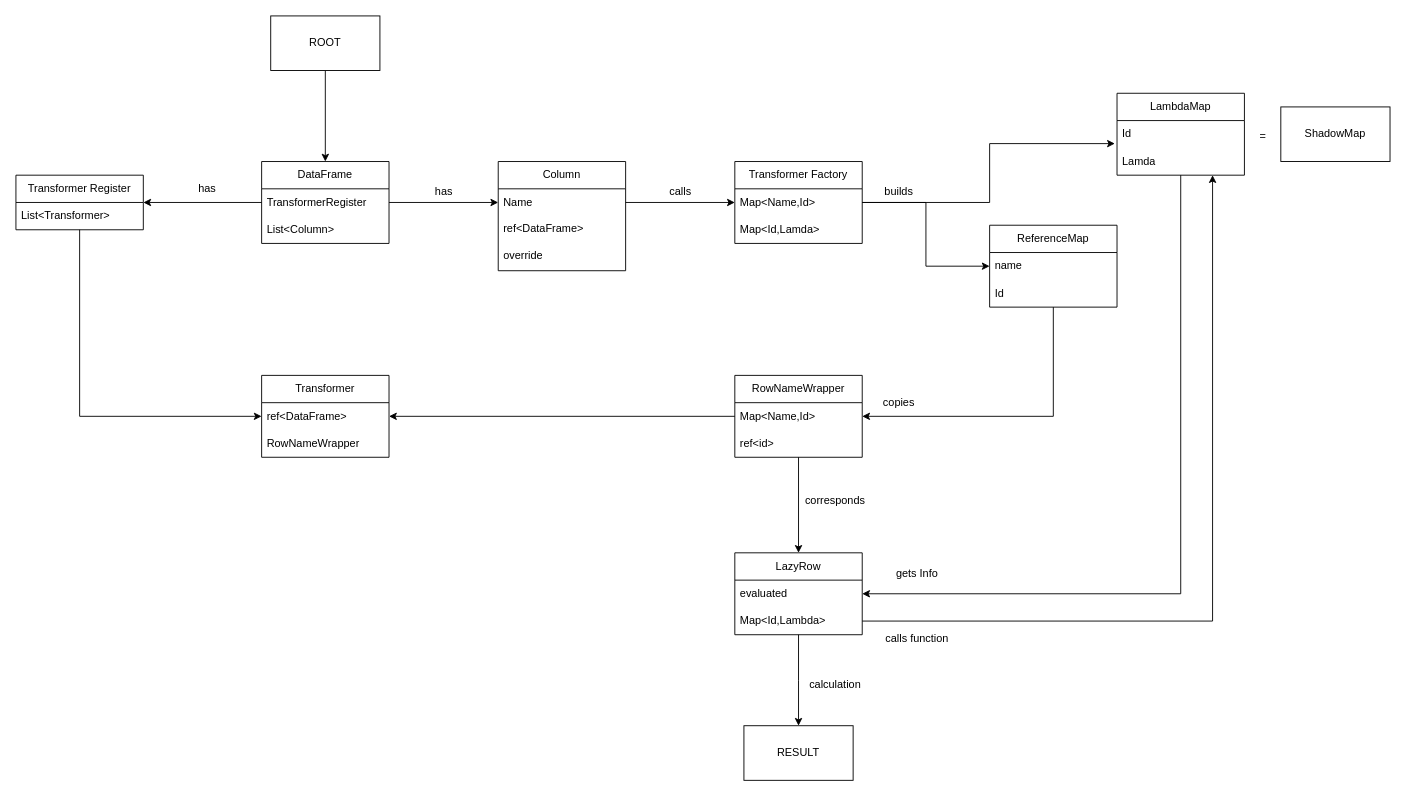
Earlier version of the draw.io diagram src/main/resources/model.drawio (Adrian-92/transformation-dataframe). Source tidied: cells renumbered, new cells numbered last; positions are measured from the earlier drawing's top-left corner, leaving out a move shared by most shapes. Both pictures are drawn from the tidied source at 91%, with x=0, y=0 at pixel (15, 15).
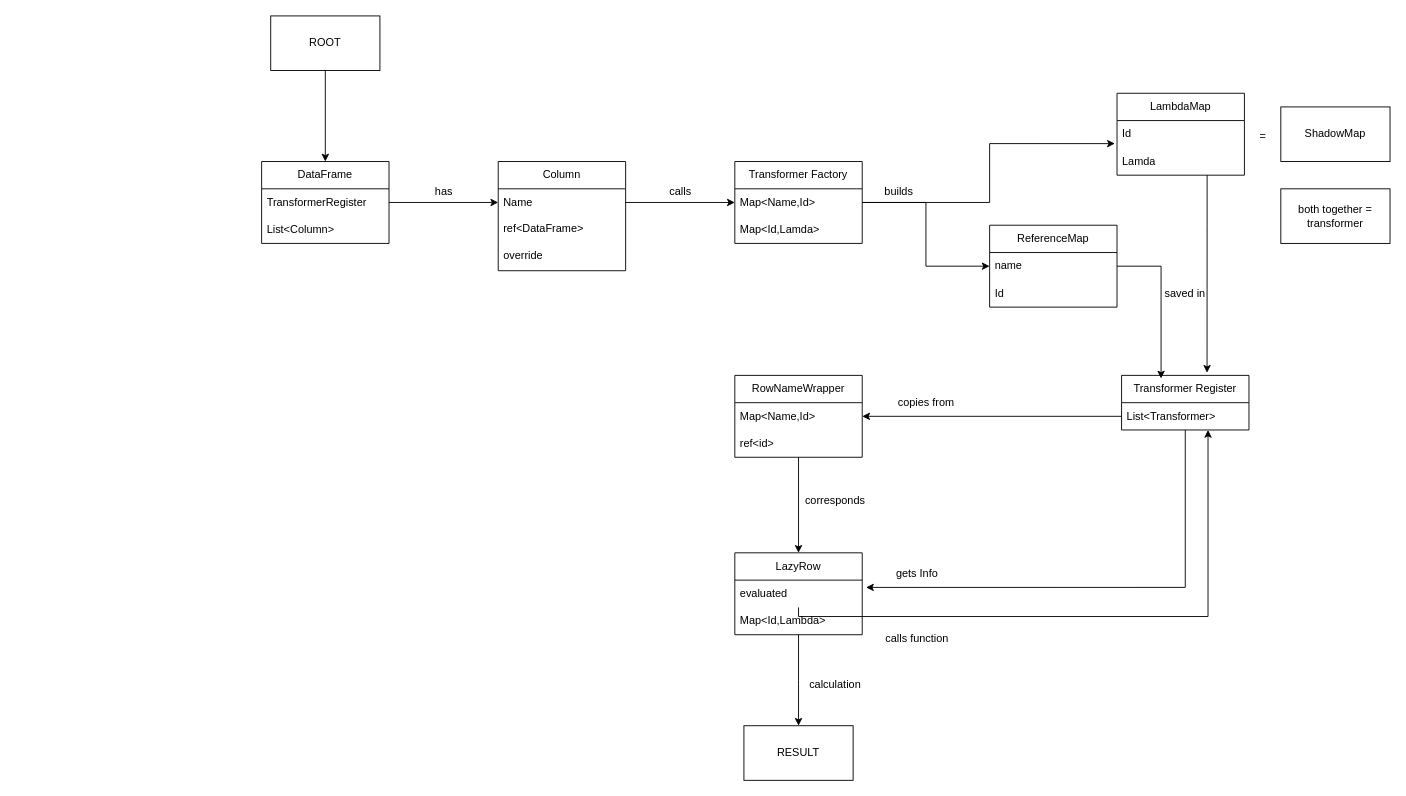
The same page after the edit.

The change refers to these unchanged cells:
```xml
<mxCell id="6" value="TransformerRegister" style="text;strokeColor=none;fillColor=none;align=left;verticalAlign=middle;spacingLeft=4;spacingRight=4;overflow=hidden;points=[[0,0.5],[1,0.5]];portConstraint=eastwest;whiteSpace=wrap;html=1;" parent="5" vertex="1">
  <mxGeometry y="30" width="140" height="30" as="geometry" />
</mxCell>
<mxCell id="10" value="List&amp;lt;Transformer&amp;gt;" style="text;strokeColor=none;fillColor=none;align=left;verticalAlign=middle;spacingLeft=4;spacingRight=4;overflow=hidden;points=[[0,0.5],[1,0.5]];portConstraint=eastwest;whiteSpace=wrap;html=1;" parent="9" vertex="1">
  <mxGeometry y="30" width="140" height="30" as="geometry" />
</mxCell>
<mxCell id="22" value="ReferenceMap" style="swimlane;fontStyle=0;horizontal=1;startSize=30;whiteSpace=wrap;html=1;" parent="1" vertex="1">
  <mxGeometry x="1070" y="230" width="140" height="90" as="geometry" />
</mxCell>
<mxCell id="23" value="name" style="text;strokeColor=none;fillColor=none;align=left;verticalAlign=middle;spacingLeft=4;spacingRight=4;overflow=hidden;points=[[0,0.5],[1,0.5]];portConstraint=eastwest;whiteSpace=wrap;html=1;" parent="22" vertex="1">
  <mxGeometry y="30" width="140" height="30" as="geometry" />
</mxCell>
<mxCell id="26" value="&lt;div&gt;LambdaMap&lt;/div&gt;" style="swimlane;fontStyle=0;horizontal=1;startSize=30;whiteSpace=wrap;html=1;" parent="1" vertex="1">
  <mxGeometry x="1210" y="85" width="140" height="90" as="geometry" />
</mxCell>
<mxCell id="39" value="RowNameWrapper" style="swimlane;fontStyle=0;horizontal=1;startSize=30;whiteSpace=wrap;html=1;" parent="1" vertex="1">
  <mxGeometry x="790" y="395" width="140" height="90" as="geometry" />
</mxCell>
<mxCell id="40" value="Map&amp;lt;Name,Id&amp;gt;" style="text;strokeColor=none;fillColor=none;align=left;verticalAlign=middle;spacingLeft=4;spacingRight=4;overflow=hidden;points=[[0,0.5],[1,0.5]];portConstraint=eastwest;whiteSpace=wrap;html=1;" parent="39" vertex="1">
  <mxGeometry y="30" width="140" height="30" as="geometry" />
</mxCell>
<mxCell id="47" value="evaluated" style="text;strokeColor=none;fillColor=none;align=left;verticalAlign=middle;spacingLeft=4;spacingRight=4;overflow=hidden;points=[[0,0.5],[1,0.5]];portConstraint=eastwest;whiteSpace=wrap;html=1;" parent="46" vertex="1">
  <mxGeometry y="30" width="140" height="30" as="geometry" />
</mxCell>
<mxCell id="48" value="Map&amp;lt;Id,Lambda&amp;gt;" style="text;strokeColor=none;fillColor=none;align=left;verticalAlign=middle;spacingLeft=4;spacingRight=4;overflow=hidden;points=[[0,0.5],[1,0.5]];portConstraint=eastwest;whiteSpace=wrap;html=1;" parent="46" vertex="1">
  <mxGeometry y="60" width="140" height="30" as="geometry" />
</mxCell>
```

The edit, as a diff of the source:
```diff
@@
-    <mxCell id="8" style="edgeStyle=orthogonalEdgeStyle;rounded=0;jettySize=auto;html=1;" parent="1" edge="1" source="9" target="33">
-      <mxGeometry relative="1" as="geometry" />
-    </mxCell>
     <mxCell id="9" value="Transformer Register" style="swimlane;fontStyle=0;horizontal=1;startSize=30;whiteSpace=wrap;html=1;" parent="1" vertex="1">
-      <mxGeometry y="175" width="140" height="60" as="geometry" />
+      <mxGeometry x="1215" y="395" width="140" height="60" as="geometry" />
     </mxCell>
@@
-    <mxCell id="11" style="edgeStyle=orthogonalEdgeStyle;rounded=0;jettySize=auto;html=1;entryX=1;entryY=0.5;entryDx=0;entryDy=0;" parent="1" edge="1" source="6" target="9">
-      <mxGeometry relative="1" as="geometry" />
-    </mxCell>
-    <mxCell id="12" value="has" style="text;html=1;align=center;verticalAlign=middle;strokeColor=none;fillColor=none;" parent="1" vertex="1">
-      <mxGeometry x="190" y="175" width="40" height="30" as="geometry" />
-    </mxCell>
@@
-    <mxCell id="21" style="edgeStyle=orthogonalEdgeStyle;rounded=0;jettySize=auto;html=1;" parent="1" edge="1" source="22" target="40">
-      <mxGeometry relative="1" as="geometry" />
-    </mxCell>
@@
-    <mxCell id="25" style="edgeStyle=orthogonalEdgeStyle;rounded=0;jettySize=auto;html=1;entryX=1;entryY=0.5;entryDx=0;entryDy=0;" parent="1" edge="1" source="26" target="47">
-      <mxGeometry relative="1" as="geometry" />
-    </mxCell>
@@
-    <mxCell id="32" value="Transformer" style="swimlane;fontStyle=0;horizontal=1;startSize=30;whiteSpace=wrap;html=1;" parent="1" vertex="1">
-      <mxGeometry x="270" y="395" width="140" height="90" as="geometry" />
-    </mxCell>
-    <mxCell id="33" value="ref&amp;lt;DataFrame&amp;gt;" style="text;strokeColor=none;fillColor=none;align=left;verticalAlign=middle;spacingLeft=4;spacingRight=4;overflow=hidden;points=[[0,0.5],[1,0.5]];portConstraint=eastwest;whiteSpace=wrap;html=1;" parent="32" vertex="1">
-      <mxGeometry y="30" width="140" height="30" as="geometry" />
-    </mxCell>
-    <mxCell id="34" value="RowNameWrapper" style="text;strokeColor=none;fillColor=none;align=left;verticalAlign=middle;spacingLeft=4;spacingRight=4;overflow=hidden;whiteSpace=wrap;html=1;" parent="32" vertex="1">
-      <mxGeometry y="60" width="140" height="30" as="geometry" />
-    </mxCell>
@@
-    <mxCell id="37" style="edgeStyle=orthogonalEdgeStyle;rounded=0;jettySize=auto;html=1;" parent="1" edge="1" source="39" target="32">
-      <mxGeometry relative="1" as="geometry" />
-    </mxCell>
@@
-    <mxCell id="42" value="copies" style="text;html=1;align=center;verticalAlign=middle;strokeColor=none;fillColor=none;" parent="1" vertex="1">
-      <mxGeometry x="940" y="410" width="60" height="30" as="geometry" />
+    <mxCell id="42" value="copies from" style="text;html=1;align=center;verticalAlign=middle;strokeColor=none;fillColor=none;" parent="1" vertex="1">
+      <mxGeometry x="955" y="410" width="90" height="30" as="geometry" />
     </mxCell>
@@
-    <mxCell id="54" style="edgeStyle=orthogonalEdgeStyle;rounded=0;jettySize=auto;html=1;entryX=0.75;entryY=1;entryDx=0;entryDy=0;" parent="1" edge="1" source="48" target="26">
-      <mxGeometry relative="1" as="geometry" />
-    </mxCell>
+    <mxCell id="55" style="edgeStyle=orthogonalEdgeStyle;rounded=0;jettySize=auto;html=1;entryX=0.31;entryY=0.057;entryDx=0;entryDy=0;entryPerimeter=0;" parent="1" edge="1" source="23" target="9">
+      <mxGeometry relative="1" as="geometry" />
+    </mxCell>
+    <mxCell id="56" style="edgeStyle=orthogonalEdgeStyle;rounded=0;jettySize=auto;html=1;entryX=0.671;entryY=-0.048;entryDx=0;entryDy=0;entryPerimeter=0;" parent="1" edge="1" source="26" target="9">
+      <mxGeometry relative="1" as="geometry">
+        <Array as="points">
+          <mxPoint x="1309" y="230" />
+          <mxPoint x="1309" y="230" />
+        </Array>
+      </mxGeometry>
+    </mxCell>
+    <mxCell id="57" style="edgeStyle=orthogonalEdgeStyle;rounded=0;jettySize=auto;html=1;" parent="1" edge="1" source="10" target="40">
+      <mxGeometry relative="1" as="geometry" />
+    </mxCell>
+    <mxCell id="58" value="saved in" style="text;html=1;whiteSpace=wrap;strokeColor=none;fillColor=none;align=center;verticalAlign=middle;rounded=0;" parent="1" vertex="1">
+      <mxGeometry x="1255" y="290" width="60" height="30" as="geometry" />
+    </mxCell>
+    <mxCell id="59" value="both together = transformer" style="rounded=0;whiteSpace=wrap;html=1;" parent="1" vertex="1">
+      <mxGeometry x="1390" y="190" width="120" height="60" as="geometry" />
+    </mxCell>
+    <mxCell id="60" style="edgeStyle=orthogonalEdgeStyle;rounded=0;jettySize=auto;html=1;entryX=1.03;entryY=0.267;entryDx=0;entryDy=0;entryPerimeter=0;" parent="1" edge="1" source="9" target="47">
+      <mxGeometry relative="1" as="geometry" />
+    </mxCell>
+    <mxCell id="61" style="edgeStyle=orthogonalEdgeStyle;rounded=0;jettySize=auto;html=1;" parent="1" edge="1" source="47" target="9">
+      <mxGeometry relative="1" as="geometry">
+        <Array as="points">
+          <mxPoint x="860" y="660" />
+          <mxPoint x="1310" y="660" />
+        </Array>
+      </mxGeometry>
+    </mxCell>
```
